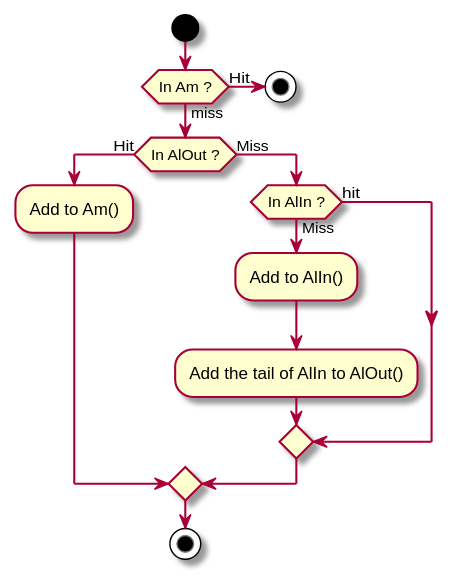
This is 9f61d0ff.svg from godu/notes, a PlantUML export, as it was before one commit. Source of this version:
```plantuml
@startuml

start

if (In Am ?) then (Hit)
    stop
else (miss)
    if (In AlOut ?) then (Hit)
        :Add to Am();
    else (Miss)
        if (In AlIn ?) then (Miss)
            :Add to AlIn();
            :Add the tail of AlIn to AlOut();
        else (hit)
    endif
endif

stop

@enduml
```
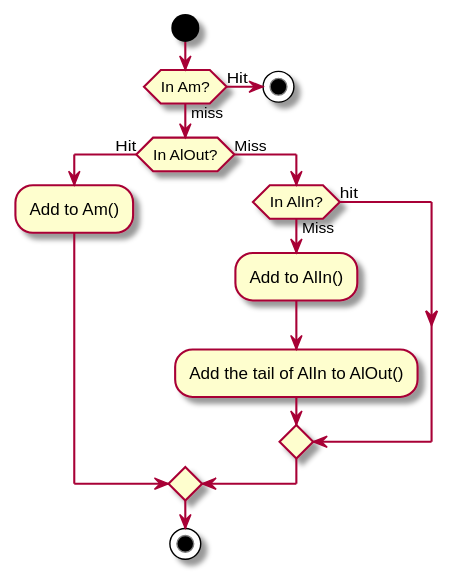
The same file after the commit.

Diff of the diagram source:
```diff
@@ -2,13 +2,13 @@
 
 start
 
-if (In Am ?) then (Hit)
+if (In Am?) then (Hit)
     stop
 else (miss)
-    if (In AlOut ?) then (Hit)
+    if (In AlOut?) then (Hit)
         :Add to Am();
     else (Miss)
-        if (In AlIn ?) then (Miss)
+        if (In AlIn?) then (Miss)
             :Add to AlIn();
             :Add the tail of AlIn to AlOut();
         else (hit)
```
